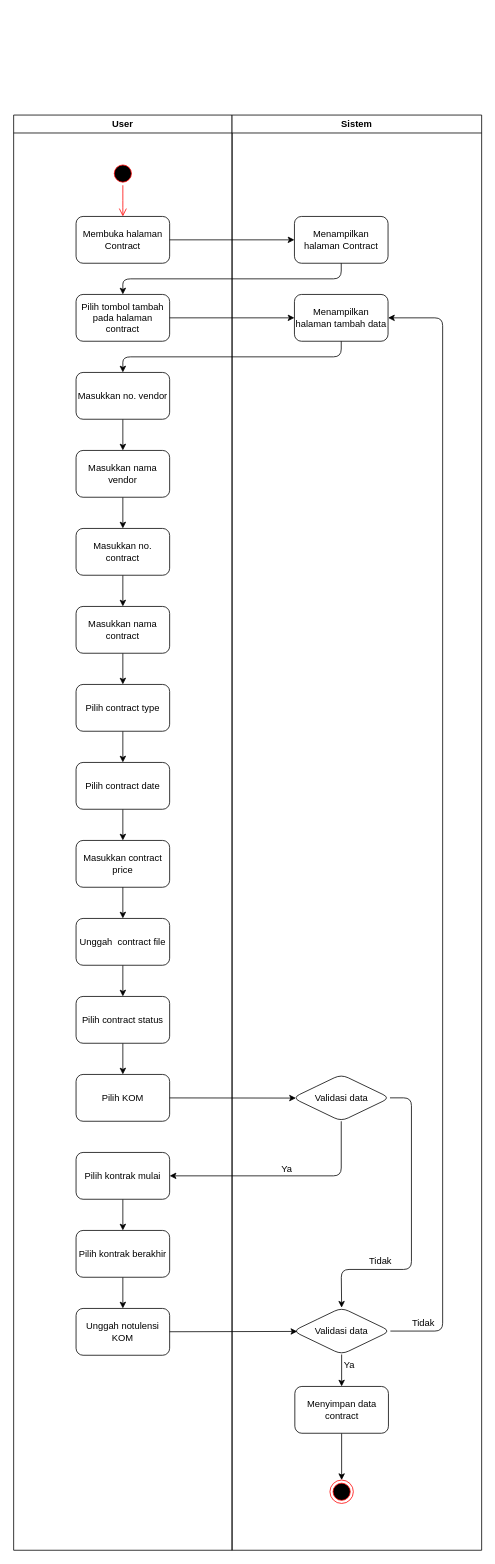
Earlier version of the draw.io diagram contract/tambahcontract.drawio (rismanrhz/idms). Source tidied: cells renumbered, new cells numbered last; positions are measured from the earlier drawing's top-left corner, leaving out a move shared by most shapes. Both pictures are drawn from the tidied source at 78%, with x=0, y=0 at pixel (13, 115).
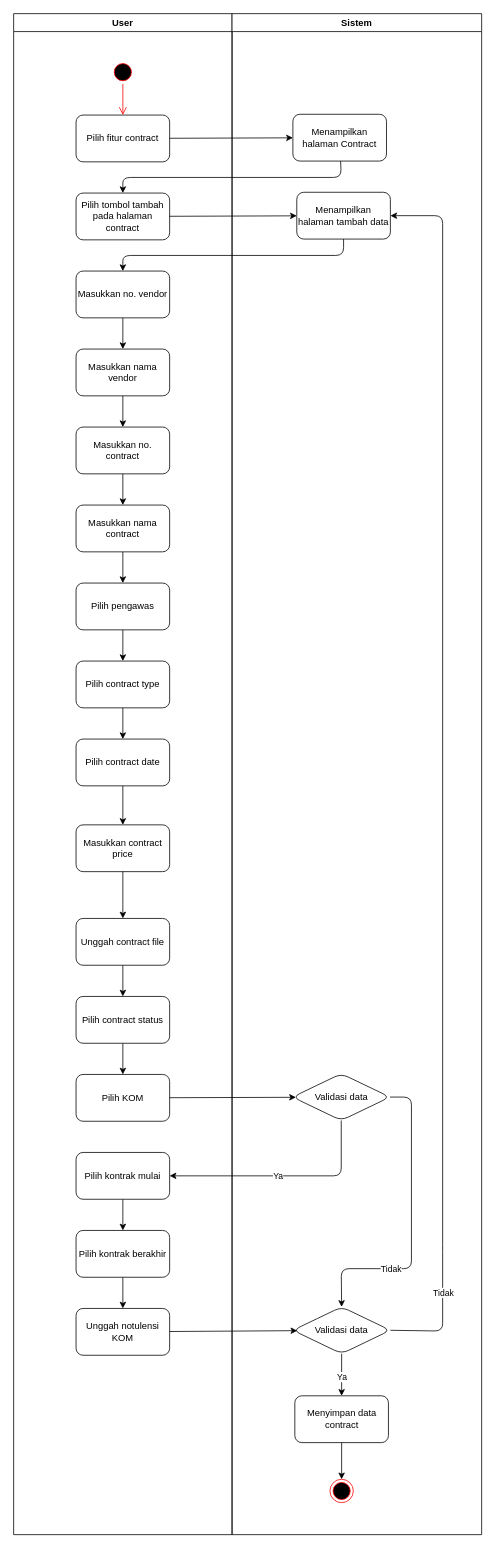
After the change.

Unchanged cells that the change refers to:
```xml
<mxCell id="6" value="Pilih tombol tambah pada halaman contract" style="rounded=1;whiteSpace=wrap;html=1;" parent="2" vertex="1">
  <mxGeometry x="80" y="230" width="120" height="60" as="geometry" />
</mxCell>
<mxCell id="8" value="Masukkan no. vendor" style="rounded=1;whiteSpace=wrap;html=1;" parent="2" vertex="1">
  <mxGeometry x="80" y="330" width="120" height="60" as="geometry" />
</mxCell>
<mxCell id="25" style="edgeStyle=none;html=1;" parent="20" edge="1" source="27" target="29">
  <mxGeometry relative="1" as="geometry" />
</mxCell>
<mxCell id="48" style="edgeStyle=none;html=1;entryX=1;entryY=0.5;entryDx=0;entryDy=0;" parent="1" edge="1" source="24" target="43">
  <mxGeometry relative="1" as="geometry">
    <Array as="points">
      <mxPoint x="420" y="1360" />
    </Array>
  </mxGeometry>
</mxCell>
```

Change to the diagram source:
```diff
@@
     <mxCell id="2" value="User" style="swimlane;whiteSpace=wrap;html=1;" parent="1" vertex="1">
-      <mxGeometry width="280" height="1840" as="geometry" />
+      <mxGeometry y="-130" width="280" height="1950" as="geometry" />
     </mxCell>
@@
-    <mxCell id="5" value="Membuka halaman Contract" style="rounded=1;whiteSpace=wrap;html=1;" parent="2" vertex="1">
+    <mxCell id="5" value="Pilih fitur contract" style="rounded=1;whiteSpace=wrap;html=1;" parent="2" vertex="1">
       <mxGeometry x="80" y="130" width="120" height="60" as="geometry" />
     </mxCell>
@@
-    <mxCell id="15" style="edgeStyle=none;html=1;" parent="2" edge="1" source="16" target="18">
-      <mxGeometry relative="1" as="geometry" />
-    </mxCell>
+    <mxCell id="53" style="edgeStyle=none;html=1;" parent="2" edge="1" source="16" target="55">
+      <mxGeometry relative="1" as="geometry" />
+    </mxCell>
-    <mxCell id="16" value="Pilih contract type" style="rounded=1;whiteSpace=wrap;html=1;" parent="2" vertex="1">
+    <mxCell id="16" value="Pilih pengawas" style="rounded=1;whiteSpace=wrap;html=1;" parent="2" vertex="1">
       <mxGeometry x="80" y="730" width="120" height="60" as="geometry" />
     </mxCell>
@@
     <mxCell id="18" value="Pilih contract date" style="rounded=1;whiteSpace=wrap;html=1;" parent="2" vertex="1">
-      <mxGeometry x="80" y="830" width="120" height="60" as="geometry" />
+      <mxGeometry x="80" y="930" width="120" height="60" as="geometry" />
     </mxCell>
     <mxCell id="19" value="Masukkan contract price" style="rounded=1;whiteSpace=wrap;html=1;" parent="2" vertex="1">
-      <mxGeometry x="80" y="930" width="120" height="60" as="geometry" />
+      <mxGeometry x="80" y="1040" width="120" height="60" as="geometry" />
     </mxCell>
+    <mxCell id="54" style="edgeStyle=none;html=1;" parent="2" edge="1" source="55" target="18">
+      <mxGeometry relative="1" as="geometry" />
+    </mxCell>
+    <mxCell id="55" value="&lt;span style=&quot;color: rgb(0, 0, 0);&quot;&gt;Pilih contract type&lt;/span&gt;" style="rounded=1;whiteSpace=wrap;html=1;" parent="2" vertex="1">
+      <mxGeometry x="80" y="830" width="120" height="60" as="geometry" />
+    </mxCell>
     <mxCell id="20" value="Sistem" style="swimlane;whiteSpace=wrap;html=1;" parent="1" vertex="1">
-      <mxGeometry x="280" width="320" height="1840" as="geometry" />
+      <mxGeometry x="280" y="-130" width="320" height="1950" as="geometry" />
     </mxCell>
     <mxCell id="21" value="Menampilkan halaman Contract" style="rounded=1;whiteSpace=wrap;html=1;" parent="20" vertex="1">
-      <mxGeometry x="80" y="130" width="120" height="60" as="geometry" />
+      <mxGeometry x="78" y="129" width="120" height="60" as="geometry" />
     </mxCell>
     <mxCell id="22" value="Menampilkan halaman tambah data" style="rounded=1;whiteSpace=wrap;html=1;" parent="20" vertex="1">
-      <mxGeometry x="80" y="230" width="120" height="60" as="geometry" />
+      <mxGeometry x="83" y="229" width="120" height="60" as="geometry" />
     </mxCell>
     <mxCell id="23" style="edgeStyle=none;html=1;entryX=0.5;entryY=0;entryDx=0;entryDy=0;" parent="20" edge="1" source="24" target="27">
       <mxGeometry relative="1" as="geometry">
         <Array as="points">
-          <mxPoint x="230" y="1260" />
-          <mxPoint x="230" y="1480" />
-          <mxPoint x="140" y="1480" />
+          <mxPoint x="230" y="1389" />
+          <mxPoint x="230" y="1609" />
+          <mxPoint x="140" y="1609" />
         </Array>
       </mxGeometry>
     </mxCell>
+    <mxCell id="56" value="Tidak" style="edgeLabel;html=1;align=center;verticalAlign=middle;" parent="23" vertex="1">
+      <mxGeometry x="0.42" relative="1" as="geometry" />
+    </mxCell>
     <mxCell id="24" value="Validasi data" style="rhombus;whiteSpace=wrap;html=1;rounded=1;" parent="20" vertex="1">
-      <mxGeometry x="77.5" y="1230" width="125" height="60" as="geometry" />
+      <mxGeometry x="77.5" y="1359" width="125" height="60" as="geometry" />
     </mxCell>
@@
+    <mxCell id="57" value="Ya" style="edgeLabel;html=1;align=center;verticalAlign=middle;" parent="25" vertex="1">
+      <mxGeometry x="0.09" relative="1" as="geometry" />
+    </mxCell>
-    <mxCell id="26" style="edgeStyle=none;html=1;entryX=1;entryY=0.5;entryDx=0;entryDy=0;" parent="20" edge="1" source="27" target="22">
+    <mxCell id="26" style="edgeStyle=none;html=1;entryX=1;entryY=0.5;entryDx=0;entryDy=0;exitX=1;exitY=0.5;exitDx=0;exitDy=0;" parent="20" edge="1" source="27" target="22">
       <mxGeometry relative="1" as="geometry">
         <Array as="points">
-          <mxPoint x="270" y="1559" />
-          <mxPoint x="270" y="260" />
+          <mxPoint x="270" y="1689" />
+          <mxPoint x="270" y="1588" />
+          <mxPoint x="270" y="259" />
         </Array>
       </mxGeometry>
     </mxCell>
+    <mxCell id="58" value="Tidak" style="edgeLabel;html=1;align=center;verticalAlign=middle;" parent="26" vertex="1">
+      <mxGeometry x="-0.85" relative="1" as="geometry" />
+    </mxCell>
     <mxCell id="27" value="Validasi data" style="rhombus;whiteSpace=wrap;html=1;rounded=1;" parent="20" vertex="1">
-      <mxGeometry x="78" y="1529" width="125" height="60" as="geometry" />
+      <mxGeometry x="78" y="1658" width="125" height="60" as="geometry" />
     </mxCell>
@@
     <mxCell id="29" value="Menyimpan data contract" style="rounded=1;whiteSpace=wrap;html=1;" parent="20" vertex="1">
-      <mxGeometry x="80.5" y="1630" width="120" height="60" as="geometry" />
+      <mxGeometry x="80.5" y="1772" width="120" height="60" as="geometry" />
     </mxCell>
-    <mxCell id="30" value="Tidak" style="text;html=1;align=center;verticalAlign=middle;strokeColor=none;fillColor=none;" parent="20" vertex="1">
-      <mxGeometry x="220" y="1534" width="50" height="30" as="geometry" />
-    </mxCell>
     <mxCell id="31" style="ellipse;html=1;shape=endState;fillColor=#000000;strokeColor=#ff0000;" parent="20" vertex="1">
-      <mxGeometry x="125.5" y="1750" width="30" height="30" as="geometry" />
+      <mxGeometry x="125.5" y="1879" width="30" height="30" as="geometry" />
     </mxCell>
@@
-    <mxCell id="33" style="edgeStyle=none;html=1;exitX=0.5;exitY=1;exitDx=0;exitDy=0;entryX=0.5;entryY=0;entryDx=0;entryDy=0;" parent="1" edge="1" source="21" target="6">
-      <mxGeometry relative="1" as="geometry">
-        <Array as="points">
-          <mxPoint x="420" y="210" />
-          <mxPoint x="140" y="210" />
-        </Array>
-      </mxGeometry>
-    </mxCell>
@@
-    <mxCell id="35" style="edgeStyle=none;html=1;exitX=0.5;exitY=1;exitDx=0;exitDy=0;" parent="1" edge="1" source="22" target="8">
-      <mxGeometry relative="1" as="geometry">
-        <Array as="points">
-          <mxPoint x="420" y="310" />
-          <mxPoint x="140" y="310" />
-        </Array>
-      </mxGeometry>
-    </mxCell>
@@
-    <mxCell id="37" value="Unggah&amp;nbsp; contract file" style="rounded=1;whiteSpace=wrap;html=1;" parent="1" vertex="1">
+    <mxCell id="37" value="Unggah contract file" style="rounded=1;whiteSpace=wrap;html=1;" parent="1" vertex="1">
       <mxGeometry x="80" y="1030" width="120" height="60" as="geometry" />
     </mxCell>
@@
-    <mxCell id="49" value="Ya" style="text;html=1;align=center;verticalAlign=middle;strokeColor=none;fillColor=none;" parent="1" vertex="1">
-      <mxGeometry x="330" y="1336" width="40" height="30" as="geometry" />
-    </mxCell>
-    <mxCell id="50" value="Tidak" style="text;html=1;align=center;verticalAlign=middle;strokeColor=none;fillColor=none;" parent="1" vertex="1">
-      <mxGeometry x="445" y="1455" width="50" height="30" as="geometry" />
-    </mxCell>
+    <mxCell id="59" value="Ya" style="edgeLabel;html=1;align=center;verticalAlign=middle;" parent="48" vertex="1">
+      <mxGeometry x="0.05" relative="1" as="geometry" />
+    </mxCell>
@@
-    <mxCell id="52" value="Ya" style="text;html=1;align=center;verticalAlign=middle;strokeColor=none;fillColor=none;" parent="1" vertex="1">
-      <mxGeometry x="410" y="1588" width="40" height="30" as="geometry" />
-    </mxCell>
+    <mxCell id="33" style="edgeStyle=none;html=1;entryX=0.5;entryY=0;entryDx=0;entryDy=0;" parent="1" edge="1" source="21" target="6">
+      <mxGeometry relative="1" as="geometry">
+        <Array as="points">
+          <mxPoint x="420" y="80" />
+          <mxPoint x="140" y="80" />
+        </Array>
+      </mxGeometry>
+    </mxCell>
+    <mxCell id="35" style="edgeStyle=none;html=1;entryX=0.5;entryY=0;entryDx=0;entryDy=0;" parent="1" edge="1" source="22" target="8">
+      <mxGeometry relative="1" as="geometry">
+        <Array as="points">
+          <mxPoint x="423" y="180" />
+          <mxPoint x="140" y="180" />
+        </Array>
+      </mxGeometry>
+    </mxCell>
```
